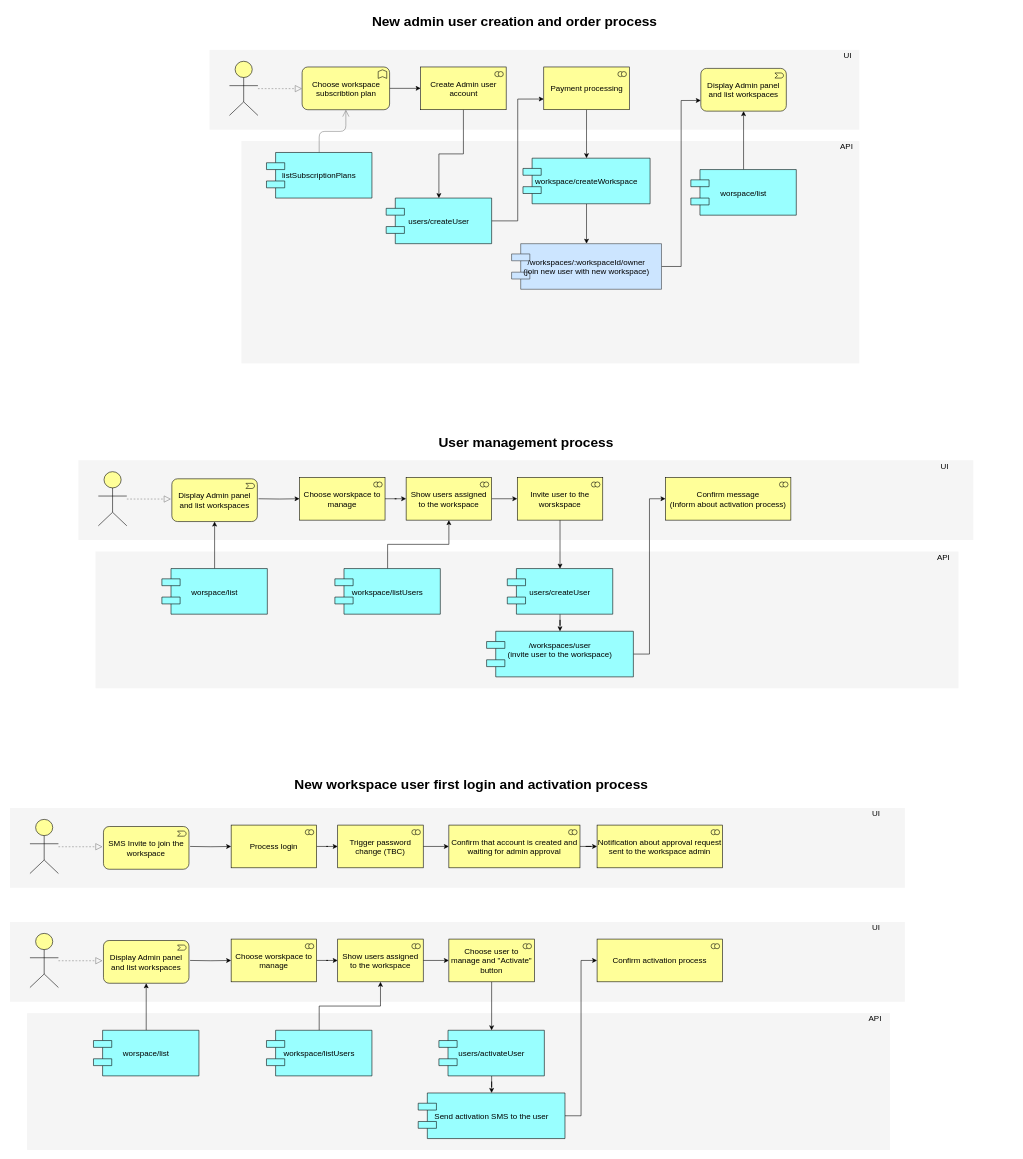
dgrynhagel/dgcluster keeps this draw.io diagram as New_admin_user.drawio. Above is the earlier version. Source tidied: cells renumbered, new cells numbered last; positions are measured from the earlier drawing's top-left corner, leaving out a move shared by most shapes. Both pictures are drawn from the tidied source at 57%, with x=0, y=0 at pixel (10, 10).
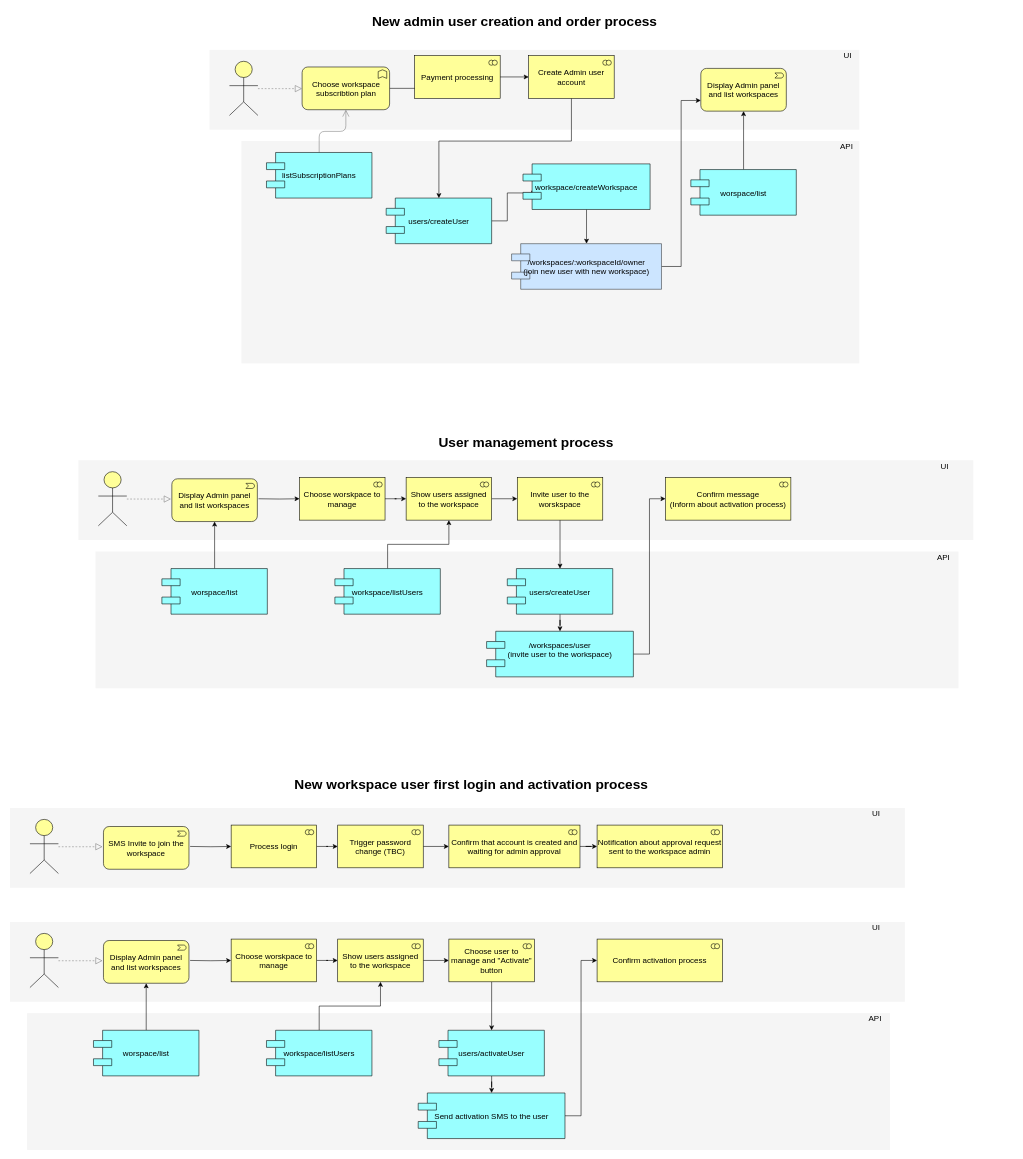
The same page after the edit.

The change refers to these unchanged cells:
```xml
<mxCell id="7" value="users/createUser" style="shape=component;align=center;fillColor=#99ffff;gradientColor=none;fontSize=14;" parent="1" vertex="1">
  <mxGeometry x="660" y="330" width="185" height="80" as="geometry" />
</mxCell>
```

The edit, as a diff of the source:
```diff
@@
-    <mxCell id="6" style="edgeStyle=orthogonalEdgeStyle;rounded=0;jettySize=auto;html=1;entryX=0;entryY=0.75;entryDx=0;entryDy=0;entryPerimeter=0;" parent="1" edge="1" source="7" target="84">
-      <mxGeometry relative="1" as="geometry" />
-    </mxCell>
+    <mxCell id="87" style="edgeStyle=orthogonalEdgeStyle;rounded=0;jettySize=auto;html=1;entryX=0.103;entryY=0.638;entryDx=0;entryDy=0;entryPerimeter=0;" parent="1" edge="1" source="7" target="18">
+      <mxGeometry relative="1" as="geometry" />
+    </mxCell>
@@
     <mxCell id="10" style="edgeStyle=orthogonalEdgeStyle;rounded=0;jettySize=auto;html=1;entryX=0.5;entryY=0;entryDx=0;entryDy=0;" parent="1" edge="1" source="11" target="7">
-      <mxGeometry relative="1" as="geometry" />
+      <mxGeometry relative="1" as="geometry">
+        <Array as="points">
+          <mxPoint x="985" y="230" />
+          <mxPoint x="753" y="230" />
+        </Array>
+      </mxGeometry>
     </mxCell>
     <mxCell id="11" value="Create Admin user account" style="html=1;whiteSpace=wrap;fillColor=#ffff99;shape=mxgraph.archimate3.application;appType=collab;archiType=square;fontSize=14;" parent="1" vertex="1">
-      <mxGeometry x="720.5" y="100" width="150" height="75" as="geometry" />
+      <mxGeometry x="910" y="80" width="150" height="75" as="geometry" />
     </mxCell>
@@
     <mxCell id="18" value="workspace/createWorkspace" style="shape=component;align=center;fillColor=#99ffff;gradientColor=none;fontSize=14;" parent="1" vertex="1">
-      <mxGeometry x="900" y="260" width="223" height="80" as="geometry" />
+      <mxGeometry x="900" y="270" width="223" height="80" as="geometry" />
     </mxCell>
@@
-    <mxCell id="83" style="edgeStyle=orthogonalEdgeStyle;rounded=0;jettySize=auto;html=1;" parent="1" edge="1" source="84" target="18">
-      <mxGeometry relative="1" as="geometry" />
-    </mxCell>
     <mxCell id="84" value="Payment processing" style="html=1;whiteSpace=wrap;fillColor=#ffff99;shape=mxgraph.archimate3.application;appType=collab;archiType=square;fontSize=14;" parent="1" vertex="1">
-      <mxGeometry x="936.5" y="100" width="150" height="75" as="geometry" />
+      <mxGeometry x="710" y="80" width="150" height="75" as="geometry" />
     </mxCell>
```
